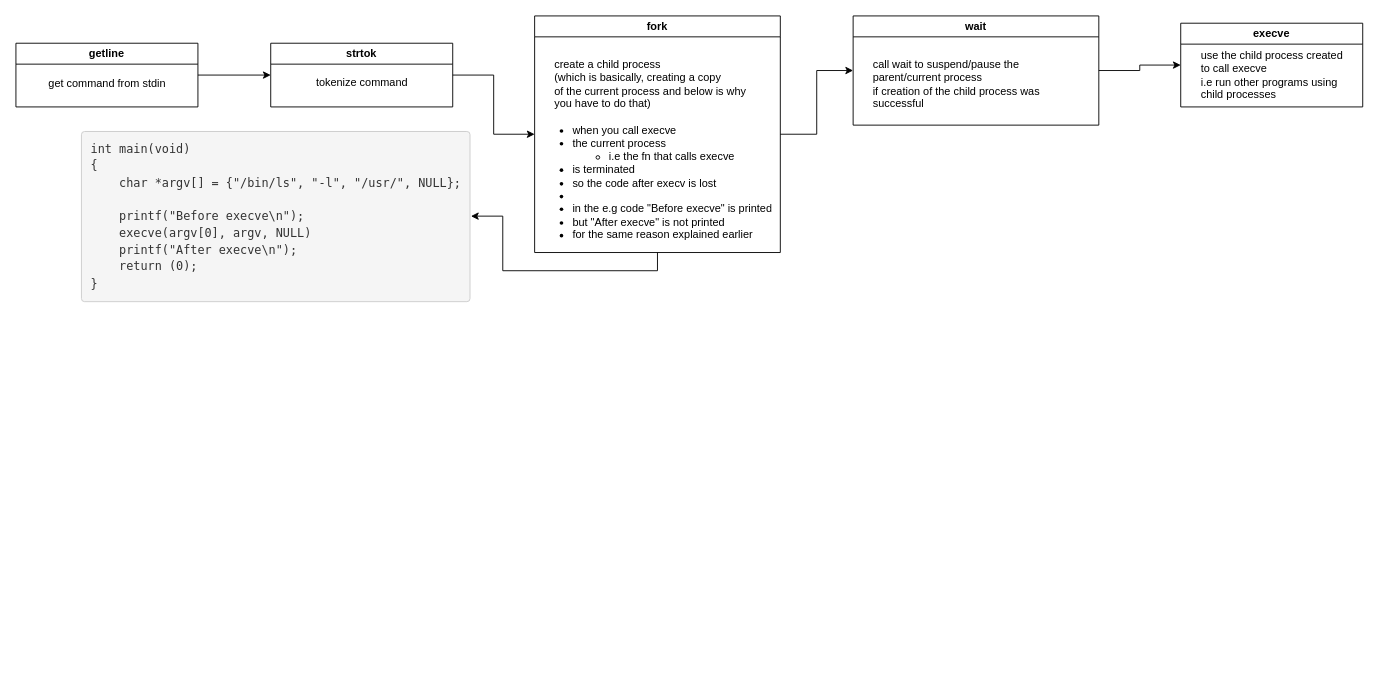
tenyapious/whiteboarding-flowchart keeps this draw.io diagram as strtok.drawio. Above is the earlier version. Source tidied: cells renumbered, new cells numbered last; positions are measured from the earlier drawing's top-left corner, leaving out a move shared by most shapes. Both pictures are drawn from the tidied source at 91%, with x=0, y=0 at pixel (15, 15).
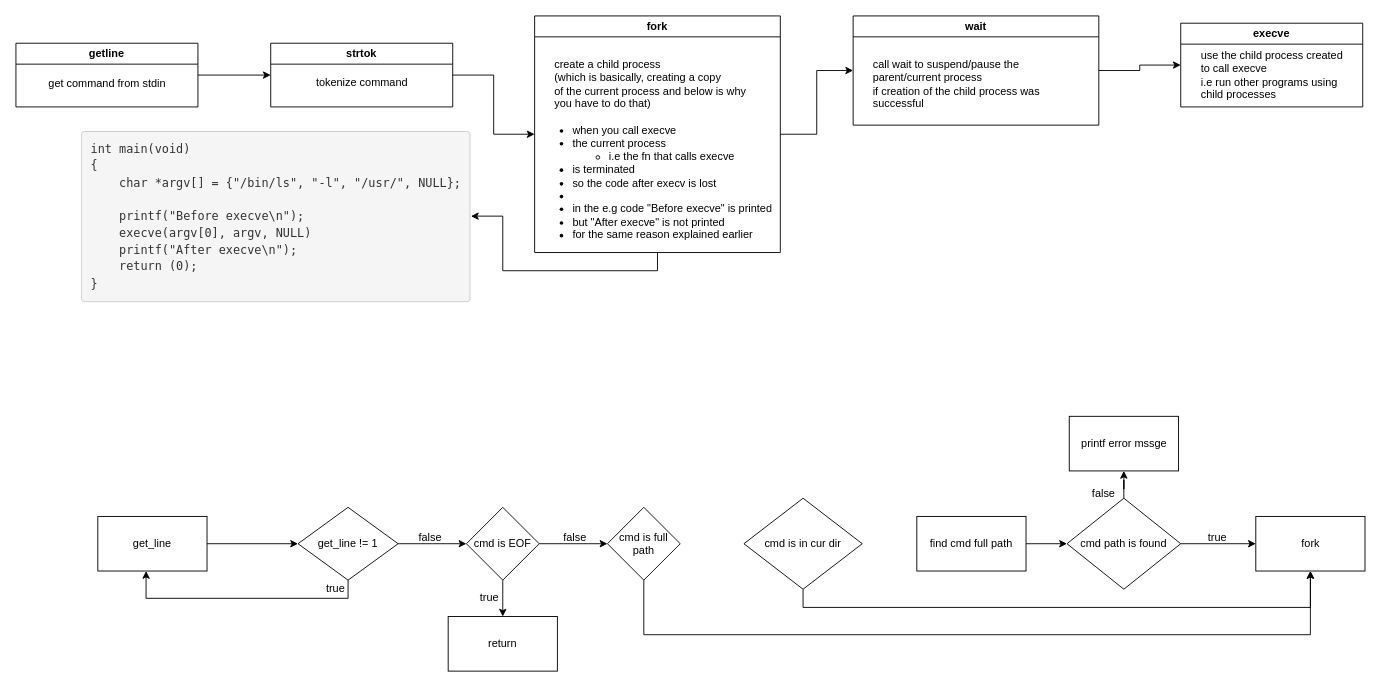
The same page after the edit.

What changed in the source:
```diff
@@
+    <mxCell id="19" style="edgeStyle=orthogonalEdgeStyle;rounded=0;jettySize=auto;html=1;" parent="1" edge="1" source="20" target="23">
+      <mxGeometry relative="1" as="geometry" />
+    </mxCell>
+    <mxCell id="20" value="get_line" style="rounded=0;whiteSpace=wrap;html=1;" parent="1" vertex="1">
+      <mxGeometry x="90" y="550" width="120" height="60" as="geometry" />
+    </mxCell>
+    <mxCell id="21" style="edgeStyle=orthogonalEdgeStyle;rounded=0;jettySize=auto;html=1;exitX=0.5;exitY=1;exitDx=0;exitDy=0;entryX=0.442;entryY=1;entryDx=0;entryDy=0;entryPerimeter=0;" parent="1" edge="1" source="23" target="20">
+      <mxGeometry relative="1" as="geometry" />
+    </mxCell>
+    <mxCell id="22" style="edgeStyle=orthogonalEdgeStyle;rounded=0;jettySize=auto;html=1;" parent="1" edge="1" source="23">
+      <mxGeometry relative="1" as="geometry">
+        <mxPoint x="495" y="580" as="targetPoint" />
+      </mxGeometry>
+    </mxCell>
+    <mxCell id="23" value="get_line != 1" style="rhombus;whiteSpace=wrap;html=1;rounded=0;" parent="1" vertex="1">
+      <mxGeometry x="310" y="540" width="110" height="80" as="geometry" />
+    </mxCell>
+    <mxCell id="24" value="true" style="text;html=1;align=center;verticalAlign=middle;strokeColor=none;fillColor=none;" parent="1" vertex="1">
+      <mxGeometry x="331" y="614" width="40" height="30" as="geometry" />
+    </mxCell>
+    <mxCell id="25" value="false" style="text;html=1;align=center;verticalAlign=middle;strokeColor=none;fillColor=none;" parent="1" vertex="1">
+      <mxGeometry x="430" y="558" width="50" height="30" as="geometry" />
+    </mxCell>
+    <mxCell id="26" style="edgeStyle=orthogonalEdgeStyle;rounded=0;jettySize=auto;html=1;" parent="1" edge="1" source="28" target="29">
+      <mxGeometry relative="1" as="geometry" />
+    </mxCell>
+    <mxCell id="27" style="edgeStyle=orthogonalEdgeStyle;rounded=0;jettySize=auto;html=1;" parent="1" edge="1" source="28" target="36">
+      <mxGeometry relative="1" as="geometry" />
+    </mxCell>
+    <mxCell id="28" value="cmd path is found" style="rhombus;whiteSpace=wrap;html=1;" parent="1" vertex="1">
+      <mxGeometry x="1155" y="530" width="125" height="100" as="geometry" />
+    </mxCell>
+    <mxCell id="29" value="fork" style="whiteSpace=wrap;html=1;" parent="1" vertex="1">
+      <mxGeometry x="1362.5" y="550" width="120" height="60" as="geometry" />
+    </mxCell>
+    <mxCell id="30" style="edgeStyle=orthogonalEdgeStyle;rounded=0;jettySize=auto;html=1;" parent="1" edge="1" source="32" target="33">
+      <mxGeometry relative="1" as="geometry" />
+    </mxCell>
+    <mxCell id="31" style="edgeStyle=orthogonalEdgeStyle;rounded=0;jettySize=auto;html=1;exitX=1;exitY=0.5;exitDx=0;exitDy=0;entryX=0;entryY=0.5;entryDx=0;entryDy=0;" parent="1" edge="1" source="32" target="40">
+      <mxGeometry relative="1" as="geometry" />
+    </mxCell>
+    <mxCell id="32" value="cmd is EOF" style="rhombus;whiteSpace=wrap;html=1;" parent="1" vertex="1">
+      <mxGeometry x="495" y="540" width="80" height="80" as="geometry" />
+    </mxCell>
+    <mxCell id="33" value="return" style="whiteSpace=wrap;html=1;" parent="1" vertex="1">
+      <mxGeometry x="475" y="660" width="120" height="60" as="geometry" />
+    </mxCell>
+    <mxCell id="34" value="true" style="text;html=1;align=center;verticalAlign=middle;strokeColor=none;fillColor=none;" parent="1" vertex="1">
+      <mxGeometry x="500" y="624" width="40" height="30" as="geometry" />
+    </mxCell>
+    <mxCell id="35" value="false" style="text;html=1;align=center;verticalAlign=middle;strokeColor=none;fillColor=none;" parent="1" vertex="1">
+      <mxGeometry x="589" y="559" width="50" height="30" as="geometry" />
+    </mxCell>
+    <mxCell id="36" value="printf error mssge" style="whiteSpace=wrap;html=1;" parent="1" vertex="1">
+      <mxGeometry x="1157.5" y="440" width="120" height="60" as="geometry" />
+    </mxCell>
+    <mxCell id="37" value="false" style="text;html=1;align=center;verticalAlign=middle;strokeColor=none;fillColor=none;" parent="1" vertex="1">
+      <mxGeometry x="1170" y="510" width="50" height="30" as="geometry" />
+    </mxCell>
+    <mxCell id="38" value="true" style="text;html=1;align=center;verticalAlign=middle;strokeColor=none;fillColor=none;" parent="1" vertex="1">
+      <mxGeometry x="1300" y="559" width="40" height="30" as="geometry" />
+    </mxCell>
+    <mxCell id="39" style="edgeStyle=orthogonalEdgeStyle;rounded=0;jettySize=auto;html=1;exitX=0.5;exitY=1;exitDx=0;exitDy=0;entryX=0.5;entryY=1;entryDx=0;entryDy=0;" parent="1" edge="1" source="40" target="29">
+      <mxGeometry relative="1" as="geometry">
+        <Array as="points">
+          <mxPoint x="690" y="680" />
+          <mxPoint x="1423" y="680" />
+        </Array>
+      </mxGeometry>
+    </mxCell>
+    <mxCell id="40" value="cmd is full path" style="rhombus;whiteSpace=wrap;html=1;" parent="1" vertex="1">
+      <mxGeometry x="650" y="540" width="80" height="80" as="geometry" />
+    </mxCell>
+    <mxCell id="41" style="edgeStyle=orthogonalEdgeStyle;rounded=0;jettySize=auto;html=1;exitX=1;exitY=0.5;exitDx=0;exitDy=0;entryX=0;entryY=0.5;entryDx=0;entryDy=0;" parent="1" edge="1" source="42" target="28">
+      <mxGeometry relative="1" as="geometry" />
+    </mxCell>
+    <mxCell id="42" value="find cmd full path" style="whiteSpace=wrap;html=1;" parent="1" vertex="1">
+      <mxGeometry x="990" y="550" width="120" height="60" as="geometry" />
+    </mxCell>
+    <mxCell id="43" style="edgeStyle=orthogonalEdgeStyle;rounded=0;jettySize=auto;html=1;exitX=0.5;exitY=1;exitDx=0;exitDy=0;entryX=0.5;entryY=1;entryDx=0;entryDy=0;" parent="1" edge="1" source="44" target="29">
+      <mxGeometry relative="1" as="geometry" />
+    </mxCell>
+    <mxCell id="44" value="cmd is in cur dir" style="rhombus;whiteSpace=wrap;html=1;" parent="1" vertex="1">
+      <mxGeometry x="800" y="530" width="130" height="100" as="geometry" />
+    </mxCell>
```
